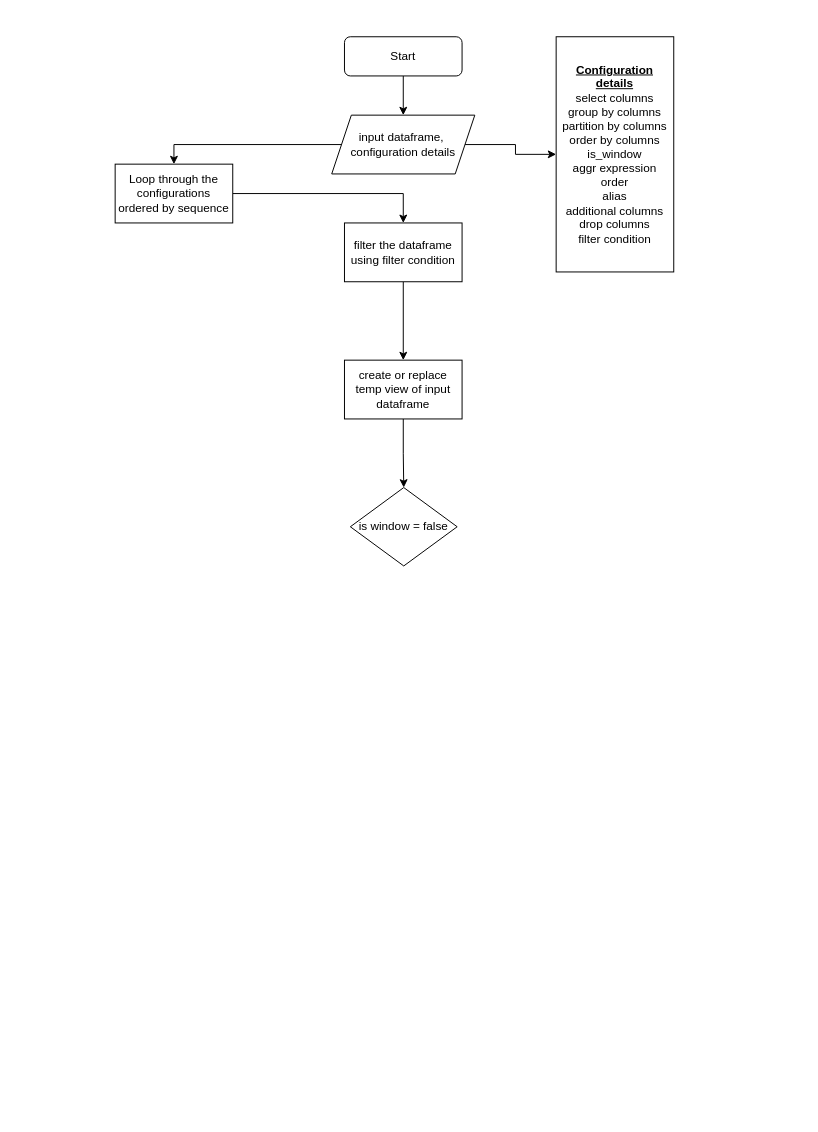
This is GenericAggregation.drawio from praneethsai83/GenericProcessing, a draw.io file, before an edit. Source tidied: cells renumbered, new cells numbered last; positions are measured from the earlier drawing's top-left corner, leaving out a move shared by most shapes. Both pictures are drawn from the tidied source at 98%, with x=0, y=0 at pixel (115, 36).
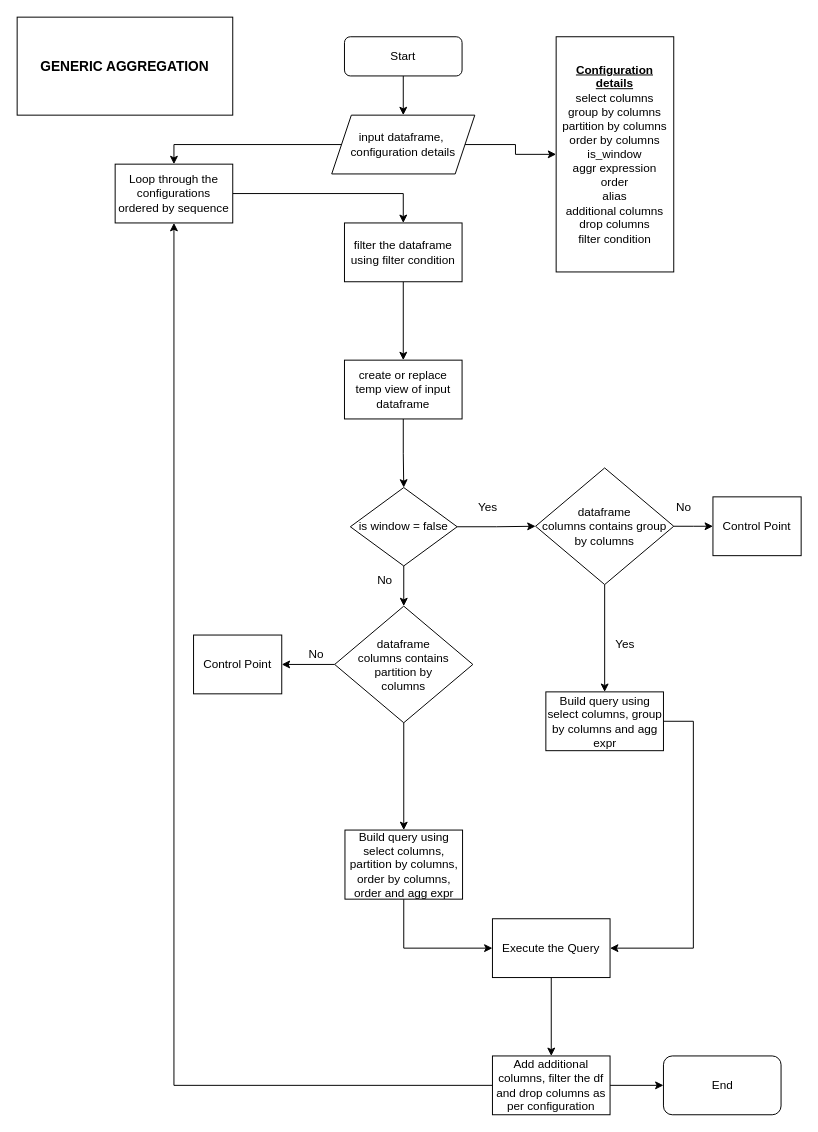
After the change.

Unchanged cells that the change refers to:
```xml
<mxCell id="9" value="Loop through the configurations ordered by sequence" style="whiteSpace=wrap;html=1;" parent="1" vertex="1">
  <mxGeometry y="130" width="120" height="60" as="geometry" />
</mxCell>
<mxCell id="14" value="is window = false" style="rhombus;whiteSpace=wrap;html=1;" parent="1" vertex="1">
  <mxGeometry x="240" y="460" width="109" height="80" as="geometry" />
</mxCell>
```

Change to the diagram source:
```diff
@@
+    <mxCell id="15" style="edgeStyle=orthogonalEdgeStyle;rounded=0;jettySize=auto;html=1;" parent="1" edge="1" source="14" target="19">
+      <mxGeometry relative="1" as="geometry" />
+    </mxCell>
+    <mxCell id="16" style="edgeStyle=orthogonalEdgeStyle;rounded=0;jettySize=auto;html=1;" parent="1" edge="1" source="14" target="27">
+      <mxGeometry relative="1" as="geometry" />
+    </mxCell>
@@
+    <mxCell id="17" style="edgeStyle=orthogonalEdgeStyle;rounded=0;jettySize=auto;html=1;" parent="1" edge="1" source="19">
+      <mxGeometry relative="1" as="geometry">
+        <mxPoint x="610" y="499.5" as="targetPoint" />
+      </mxGeometry>
+    </mxCell>
+    <mxCell id="18" style="edgeStyle=orthogonalEdgeStyle;rounded=0;jettySize=auto;html=1;" parent="1" edge="1" source="19" target="24">
+      <mxGeometry relative="1" as="geometry" />
+    </mxCell>
+    <mxCell id="19" value="dataframe &lt;br&gt;columns contains group by columns" style="rhombus;whiteSpace=wrap;html=1;" parent="1" vertex="1">
+      <mxGeometry x="429" y="440" width="141" height="119" as="geometry" />
+    </mxCell>
+    <mxCell id="20" value="Control Point" style="whiteSpace=wrap;html=1;" parent="1" vertex="1">
+      <mxGeometry x="610" y="469.5" width="90" height="60" as="geometry" />
+    </mxCell>
+    <mxCell id="21" value="Yes" style="text;html=1;align=center;verticalAlign=middle;strokeColor=none;" parent="1" vertex="1">
+      <mxGeometry x="365" y="470" width="30" height="20" as="geometry" />
+    </mxCell>
+    <mxCell id="22" value="No" style="text;html=1;align=center;verticalAlign=middle;strokeColor=none;" parent="1" vertex="1">
+      <mxGeometry x="565" y="470" width="30" height="20" as="geometry" />
+    </mxCell>
+    <mxCell id="23" style="edgeStyle=orthogonalEdgeStyle;rounded=0;jettySize=auto;html=1;entryX=1;entryY=0.5;entryDx=0;entryDy=0;" parent="1" edge="1" source="24" target="35">
+      <mxGeometry relative="1" as="geometry">
+        <Array as="points">
+          <mxPoint x="590" y="699" />
+          <mxPoint x="590" y="930" />
+        </Array>
+      </mxGeometry>
+    </mxCell>
+    <mxCell id="24" value="Build query using select columns, group by columns and agg expr" style="whiteSpace=wrap;html=1;" parent="1" vertex="1">
+      <mxGeometry x="439.5" y="668.5" width="120" height="60" as="geometry" />
+    </mxCell>
+    <mxCell id="25" style="edgeStyle=orthogonalEdgeStyle;rounded=0;jettySize=auto;html=1;" parent="1" edge="1" source="27" target="30">
+      <mxGeometry relative="1" as="geometry" />
+    </mxCell>
+    <mxCell id="26" style="edgeStyle=orthogonalEdgeStyle;rounded=0;jettySize=auto;html=1;" parent="1" edge="1" source="27" target="33">
+      <mxGeometry relative="1" as="geometry" />
+    </mxCell>
+    <mxCell id="27" value="dataframe &lt;br&gt;columns contains &lt;br&gt;partition by &lt;br&gt;columns" style="rhombus;whiteSpace=wrap;html=1;" parent="1" vertex="1">
+      <mxGeometry x="224" y="581" width="141" height="119" as="geometry" />
+    </mxCell>
+    <mxCell id="28" value="No" style="text;html=1;align=center;verticalAlign=middle;strokeColor=none;" parent="1" vertex="1">
+      <mxGeometry x="260" y="545" width="30" height="20" as="geometry" />
+    </mxCell>
+    <mxCell id="29" value="Yes" style="text;html=1;align=center;verticalAlign=middle;strokeColor=none;" parent="1" vertex="1">
+      <mxGeometry x="505" y="610" width="30" height="20" as="geometry" />
+    </mxCell>
+    <mxCell id="30" value="Control Point" style="whiteSpace=wrap;html=1;" parent="1" vertex="1">
+      <mxGeometry x="80" y="610.5" width="90" height="60" as="geometry" />
+    </mxCell>
+    <mxCell id="31" value="No" style="text;html=1;align=center;verticalAlign=middle;strokeColor=none;" parent="1" vertex="1">
+      <mxGeometry x="190" y="620" width="30" height="20" as="geometry" />
+    </mxCell>
+    <mxCell id="32" style="edgeStyle=orthogonalEdgeStyle;rounded=0;jettySize=auto;html=1;entryX=0;entryY=0.5;entryDx=0;entryDy=0;" parent="1" edge="1" source="33" target="35">
+      <mxGeometry relative="1" as="geometry">
+        <Array as="points">
+          <mxPoint x="295" y="930" />
+        </Array>
+      </mxGeometry>
+    </mxCell>
+    <mxCell id="33" value="&lt;span&gt;Build query using select columns, partition by columns, order by columns, order and agg expr&lt;/span&gt;" style="whiteSpace=wrap;html=1;" parent="1" vertex="1">
+      <mxGeometry x="234.5" y="809.5" width="120" height="70.5" as="geometry" />
+    </mxCell>
+    <mxCell id="34" style="edgeStyle=orthogonalEdgeStyle;rounded=0;jettySize=auto;html=1;" parent="1" edge="1" source="35" target="38">
+      <mxGeometry relative="1" as="geometry" />
+    </mxCell>
+    <mxCell id="35" value="Execute the Query" style="whiteSpace=wrap;html=1;" parent="1" vertex="1">
+      <mxGeometry x="385" y="900" width="120" height="60" as="geometry" />
+    </mxCell>
+    <mxCell id="36" style="edgeStyle=orthogonalEdgeStyle;rounded=0;jettySize=auto;html=1;entryX=0.5;entryY=1;entryDx=0;entryDy=0;" parent="1" edge="1" source="38" target="9">
+      <mxGeometry relative="1" as="geometry" />
+    </mxCell>
+    <mxCell id="37" style="edgeStyle=orthogonalEdgeStyle;rounded=0;jettySize=auto;html=1;" parent="1" edge="1" source="38" target="39">
+      <mxGeometry relative="1" as="geometry" />
+    </mxCell>
+    <mxCell id="38" value="Add additional columns, filter the df and drop columns as per configuration" style="whiteSpace=wrap;html=1;" parent="1" vertex="1">
+      <mxGeometry x="385" y="1040" width="120" height="60" as="geometry" />
+    </mxCell>
+    <mxCell id="39" value="End" style="rounded=1;whiteSpace=wrap;html=1;" parent="1" vertex="1">
+      <mxGeometry x="559.5" y="1040" width="120" height="60" as="geometry" />
+    </mxCell>
+    <mxCell id="40" value="&lt;b&gt;&lt;font style=&quot;font-size: 14px&quot;&gt;GENERIC AGGREGATION&lt;/font&gt;&lt;/b&gt;" style="whiteSpace=wrap;html=1;" parent="1" vertex="1">
+      <mxGeometry x="-100" y="-20" width="220" height="100" as="geometry" />
+    </mxCell>
```
